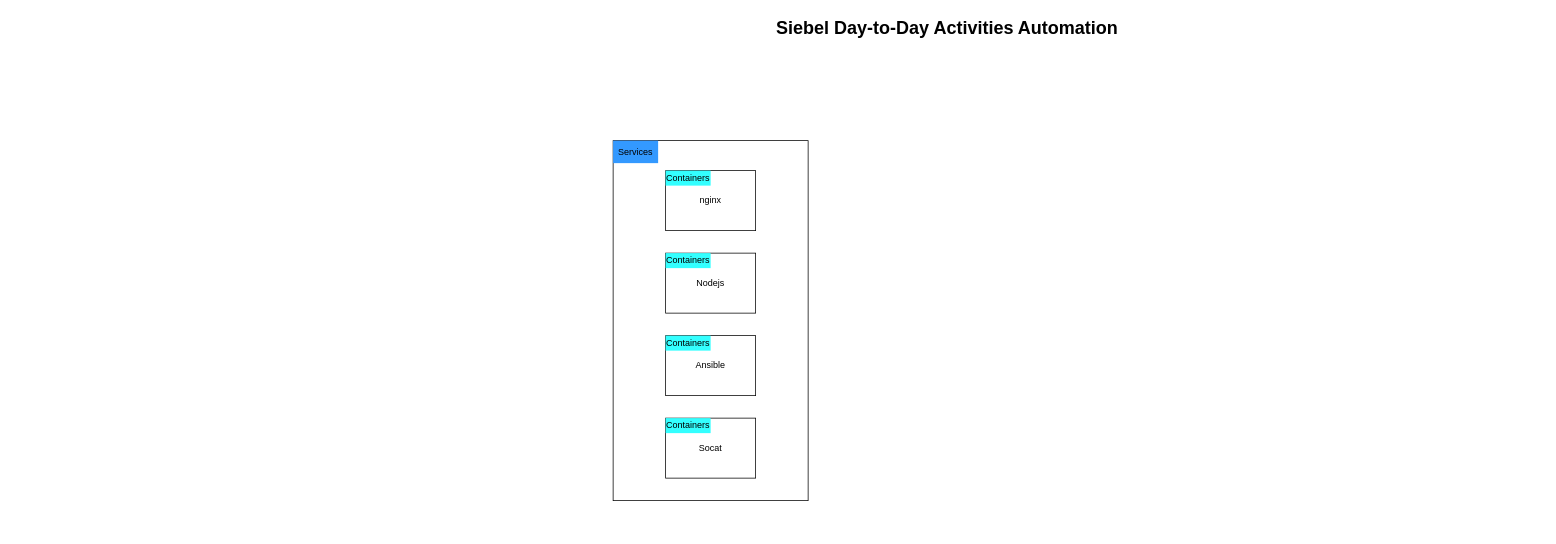
Earlier version of the draw.io diagram Siebel_D2D_work_Automation.drawio (vishnu3vardhan1996/POC_Work). Source tidied: cells renumbered, new cells numbered last; positions are measured from the earlier drawing's top-left corner, leaving out a move shared by most shapes. Both pictures are drawn from the tidied source at 75%, with x=0, y=0 at pixel (350, 13).
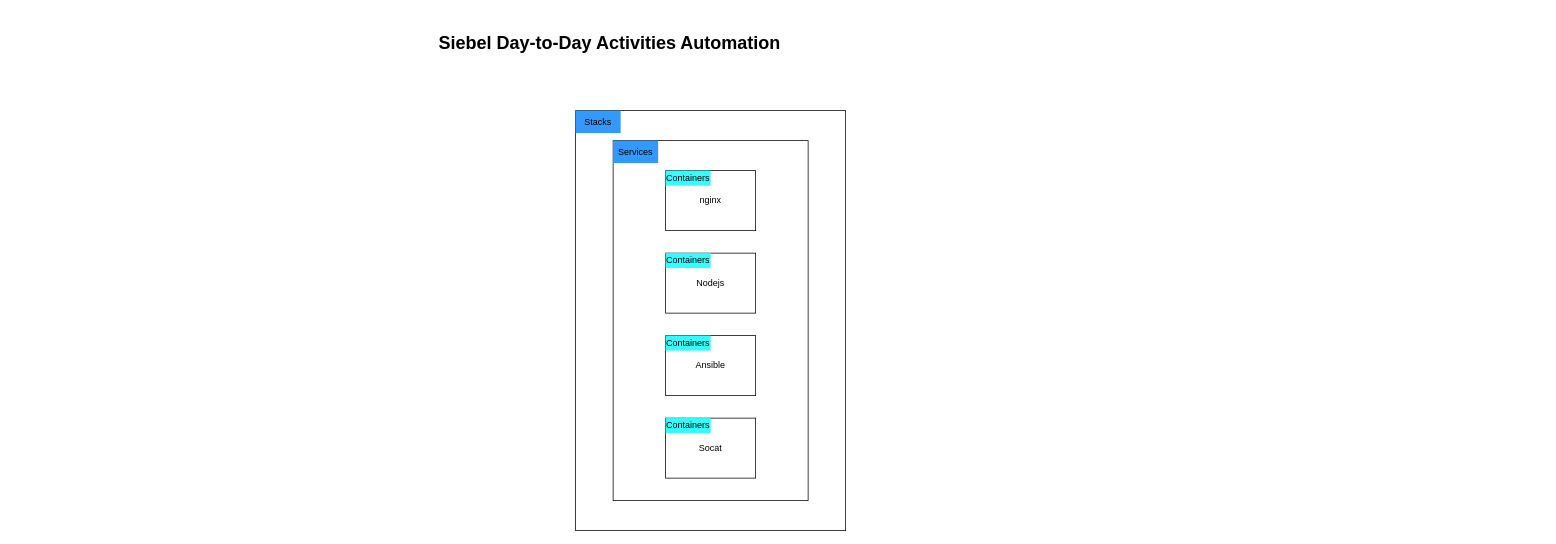
After the change.

Change to the diagram source:
```diff
@@
 <mxGraphModel>
   <root>
     <mxCell id="0" />
     <mxCell id="1" parent="0" />
+    <mxCell id="13" style="rounded=0;whiteSpace=wrap;html=1;" parent="1" vertex="1">
+      <mxGeometry x="300" y="130" width="360" height="560" as="geometry" />
+    </mxCell>
     <mxCell id="2" value="Siebel Day-to-Day Activities Automation" style="text;strokeColor=none;fillColor=none;html=1;fontSize=24;fontStyle=1;verticalAlign=middle;align=center;" parent="1" vertex="1">
-      <mxGeometry width="1590" height="40" as="geometry" />
+      <mxGeometry x="-450" y="20" width="1590" height="40" as="geometry" />
     </mxCell>
     <mxCell id="3" style="rounded=0;whiteSpace=wrap;html=1;" parent="1" vertex="1">
       <mxGeometry x="350" y="170" width="260" height="480" as="geometry" />
     </mxCell>
     <mxCell id="4" value="nginx" style="rounded=0;whiteSpace=wrap;html=1;" parent="1" vertex="1">
       <mxGeometry x="420" y="210" width="120" height="80" as="geometry" />
     </mxCell>
     <mxCell id="5" value="Services" style="text;html=1;align=center;verticalAlign=middle;whiteSpace=wrap;rounded=0;fillColor=#3399FF;" parent="1" vertex="1">
       <mxGeometry x="350" y="170" width="60" height="30" as="geometry" />
     </mxCell>
     <mxCell id="6" value="Containers" style="text;html=1;align=center;verticalAlign=middle;whiteSpace=wrap;rounded=0;fillColor=#33FFFF;" parent="1" vertex="1">
       <mxGeometry x="420" y="210" width="60" height="20" as="geometry" />
     </mxCell>
     <mxCell id="7" value="Nodejs" style="rounded=0;whiteSpace=wrap;html=1;" parent="1" vertex="1">
       <mxGeometry x="420" y="320" width="120" height="80" as="geometry" />
     </mxCell>
     <mxCell id="8" value="Containers" style="text;html=1;align=center;verticalAlign=middle;whiteSpace=wrap;rounded=0;fillColor=#33FFFF;" parent="1" vertex="1">
       <mxGeometry x="420" y="320" width="60" height="20" as="geometry" />
     </mxCell>
     <mxCell id="9" value="Ansible" style="rounded=0;whiteSpace=wrap;html=1;" parent="1" vertex="1">
       <mxGeometry x="420" y="430" width="120" height="80" as="geometry" />
     </mxCell>
     <mxCell id="10" value="Containers" style="text;html=1;align=center;verticalAlign=middle;whiteSpace=wrap;rounded=0;fillColor=#33FFFF;" parent="1" vertex="1">
       <mxGeometry x="420" y="430" width="60" height="20" as="geometry" />
     </mxCell>
     <mxCell id="11" value="Socat" style="rounded=0;whiteSpace=wrap;html=1;" parent="1" vertex="1">
       <mxGeometry x="420" y="540" width="120" height="80" as="geometry" />
     </mxCell>
     <mxCell id="12" value="Containers" style="text;html=1;align=center;verticalAlign=middle;whiteSpace=wrap;rounded=0;fillColor=#33FFFF;" parent="1" vertex="1">
       <mxGeometry x="420" y="540" width="60" height="20" as="geometry" />
     </mxCell>
+    <mxCell id="14" value="Stacks" style="text;html=1;align=center;verticalAlign=middle;whiteSpace=wrap;rounded=0;fillColor=#3399FF;" parent="1" vertex="1">
+      <mxGeometry x="300" y="130" width="60" height="30" as="geometry" />
+    </mxCell>
   </root>
 </mxGraphModel>
```
